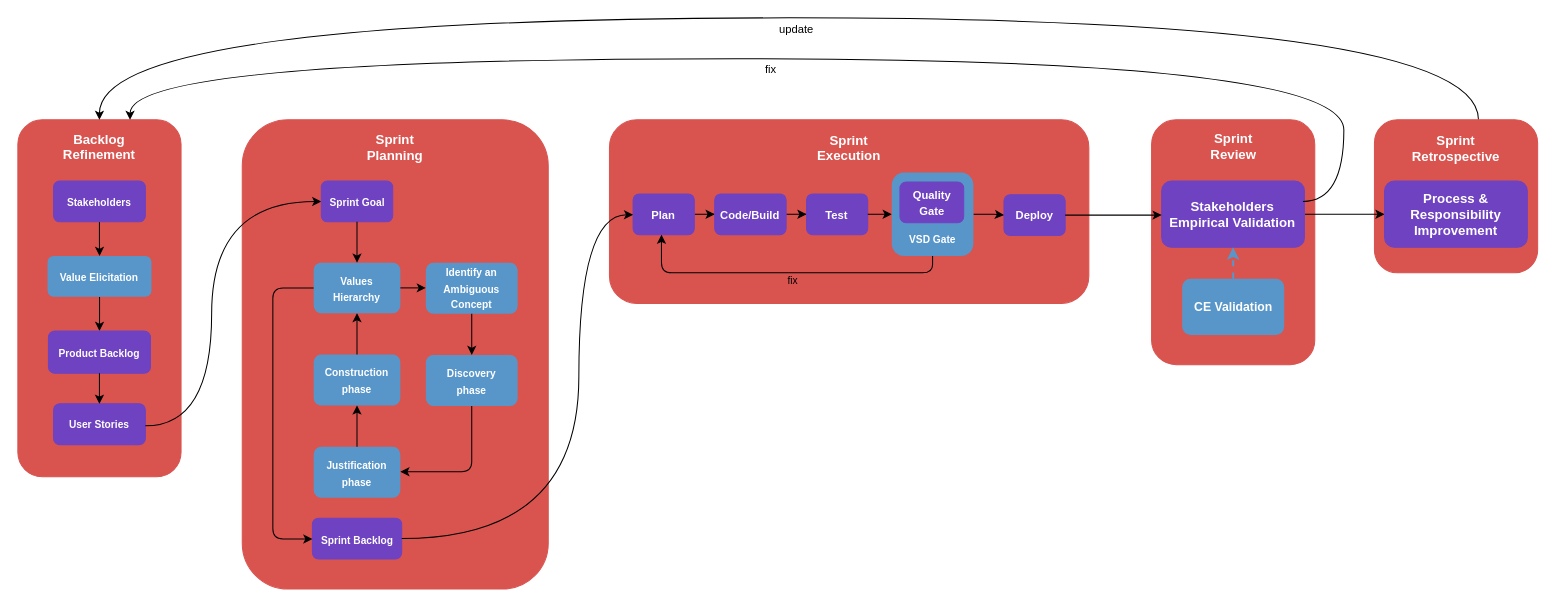
Above: page "2.2 Agile + VSD" (3 of 10) of diagram/agile4.drawio in GianlucaPanzani/Ethics-and-Legality-Integration-into-the-Agile-Software-Development-Pipeline (draw.io), before the change. Source tidied: cells renumbered, new cells numbered last; positions are measured from the earlier drawing's top-left corner, leaving out a move shared by most shapes. Both pictures are drawn from the tidied source at 102%, with x=0, y=0 at pixel (17, 17).
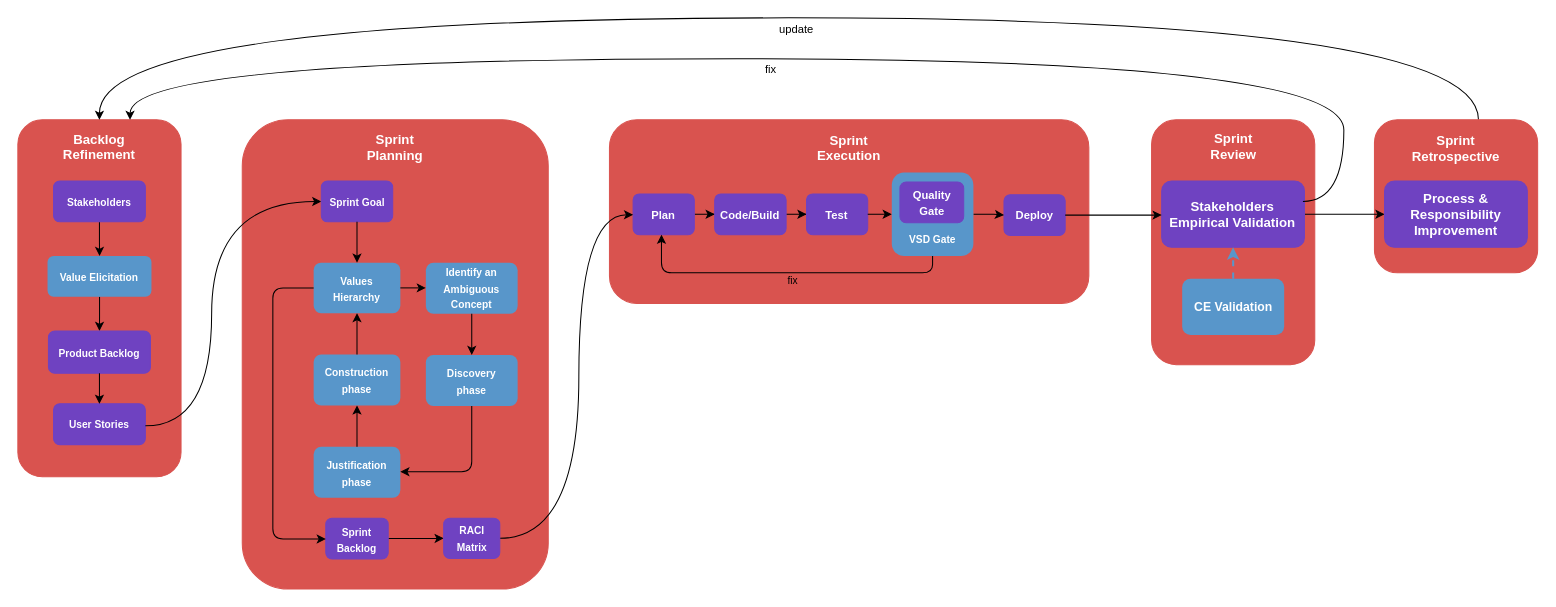
Above is the later version.

Unchanged cells that the change refers to:
```xml
<mxCell id="28" value="&lt;font style=&quot;font-size: 11px;&quot;&gt;Plan&lt;/font&gt;" style="rounded=1;whiteSpace=wrap;html=1;fillColor=#6f42c1;strokeColor=#6f42c1;fontColor=#ffffff;fontStyle=1;fontSize=13;spacing=8;" parent="1" vertex="1">
  <mxGeometry x="603.2" y="172.6" width="60" height="40" as="geometry" />
</mxCell>
```

Diff of the diagram source:
```diff
@@
+    <mxCell id="52" style="edgeStyle=orthogonalEdgeStyle;rounded=0;jettySize=auto;html=1;" parent="1" edge="1" source="14" target="53">
+      <mxGeometry relative="1" as="geometry" />
+    </mxCell>
     <mxCell id="14" value="&lt;font style=&quot;font-size: 10px;&quot;&gt;Sprint Backlog&lt;/font&gt;" style="rounded=1;whiteSpace=wrap;html=1;fillColor=#6f42c1;strokeColor=#6f42c1;fontColor=#ffffff;fontStyle=1;fontSize=13;spacing=8;" parent="1" vertex="1">
-      <mxGeometry x="288.8" y="490.5" width="87.5" height="40" as="geometry" />
+      <mxGeometry x="301.9" y="490.5" width="61.2" height="40" as="geometry" />
     </mxCell>
@@
-    <mxCell id="39" style="edgeStyle=orthogonalEdgeStyle;rounded=0;jettySize=auto;html=1;curved=1;" parent="1" edge="1" source="14" target="28">
+    <mxCell id="39" style="edgeStyle=orthogonalEdgeStyle;rounded=0;jettySize=auto;html=1;curved=1;" parent="1" edge="1" source="53" target="28">
       <mxGeometry relative="1" as="geometry">
         <Array as="points">
           <mxPoint x="550" y="510" />
           <mxPoint x="550" y="193" />
         </Array>
       </mxGeometry>
     </mxCell>
@@
+    <mxCell id="53" value="&lt;font style=&quot;font-size: 10px;&quot;&gt;RACI Matrix&lt;/font&gt;" style="whiteSpace=wrap;html=1;fontSize=13;fillColor=#6f42c1;strokeColor=#6f42c1;fontColor=#ffffff;rounded=1;fontStyle=1;spacing=8;" parent="1" vertex="1">
+      <mxGeometry x="417.5" y="490.5" width="55" height="39.5" as="geometry" />
+    </mxCell>
```
